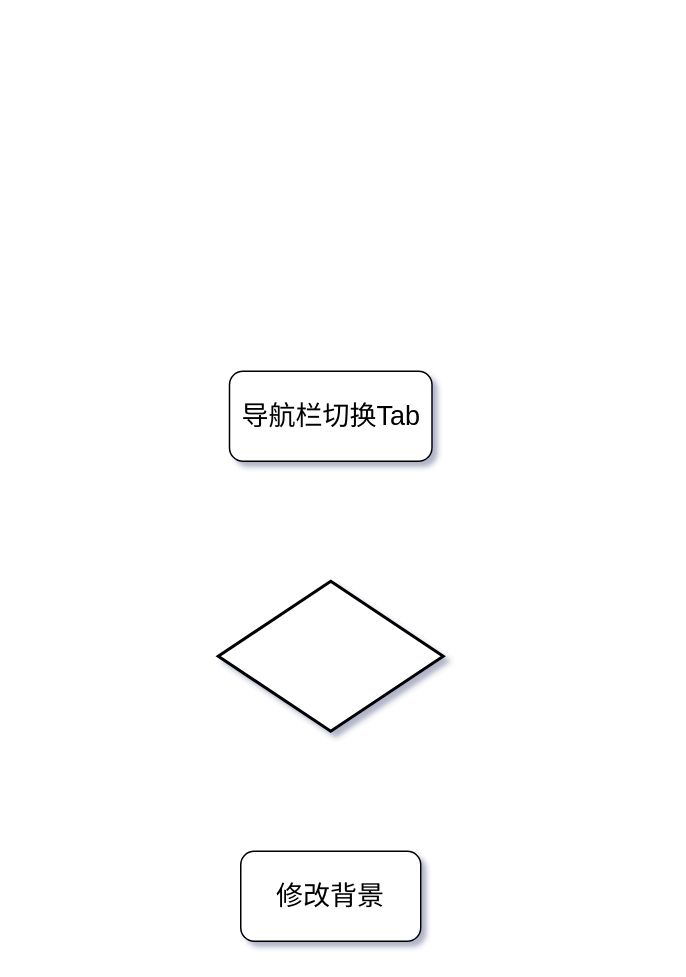
Earlier version of the draw.io diagram files/主页背景逻辑.drawio (Iverson-Zhou/drawio). Source tidied: cells renumbered, new cells numbered last; positions are measured from the earlier drawing's top-left corner, leaving out a move shared by most shapes. Both pictures are drawn from the tidied source at 150%, with x=0, y=0 at pixel (218, 370).
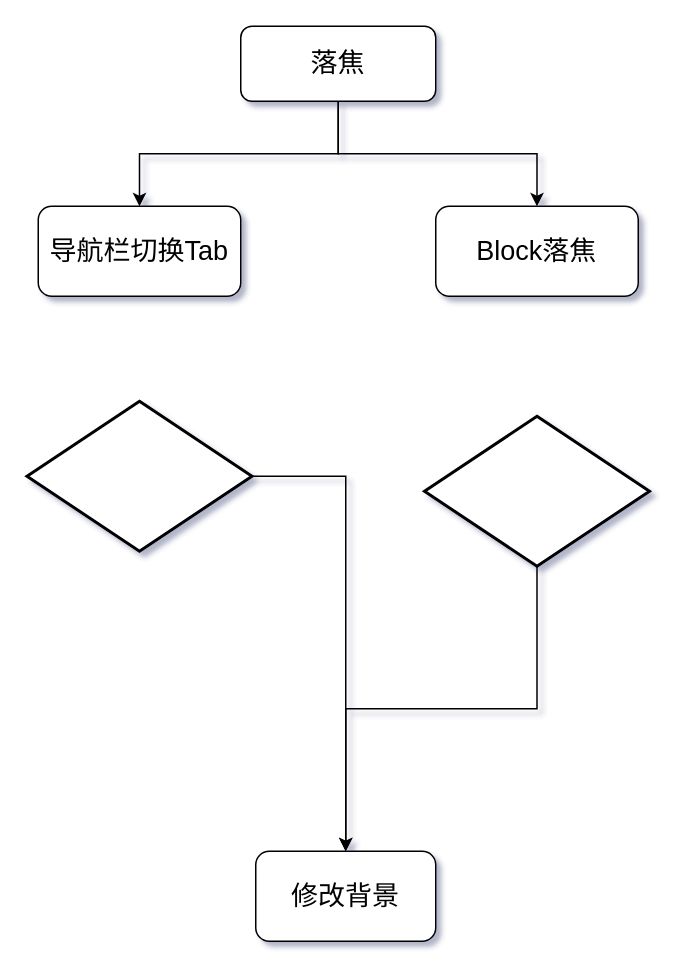
The same page after the edit.

Commit message:
Update 主页背景逻辑.drawio

The edit, as a diff of the source:
```diff
@@
 <mxGraphModel shadow="1">
   <root>
     <mxCell id="0" />
     <mxCell id="1" parent="0" />
+    <mxCell id="5" style="edgeStyle=orthogonalEdgeStyle;rounded=0;jettySize=auto;html=1;entryX=0.5;entryY=0;entryDx=0;entryDy=0;fontSize=18;" parent="1" edge="1" source="2" target="4">
+      <mxGeometry relative="1" as="geometry" />
+    </mxCell>
     <mxCell id="2" style="strokeWidth=2;html=1;shape=mxgraph.flowchart.decision;whiteSpace=wrap;shadow=0;sketch=0;" parent="1" vertex="1">
-      <mxGeometry y="140" width="150" height="100" as="geometry" />
+      <mxGeometry x="-127.5" y="20" width="150" height="100" as="geometry" />
     </mxCell>
     <mxCell id="3" value="&lt;font style=&quot;font-size: 18px&quot;&gt;导航栏切换Tab&lt;/font&gt;" style="rounded=1;whiteSpace=wrap;html=1;" parent="1" vertex="1">
-      <mxGeometry x="7.5" width="135" height="60" as="geometry" />
+      <mxGeometry x="-120" y="-110" width="135" height="60" as="geometry" />
     </mxCell>
     <mxCell id="4" value="&lt;font style=&quot;font-size: 18px&quot;&gt;修改背景&lt;/font&gt;" style="rounded=1;whiteSpace=wrap;html=1;" parent="1" vertex="1">
-      <mxGeometry x="15" y="320" width="120" height="60" as="geometry" />
+      <mxGeometry x="25" y="320" width="120" height="60" as="geometry" />
     </mxCell>
+    <mxCell id="6" value="&lt;font style=&quot;font-size: 18px&quot;&gt;Block落焦&lt;/font&gt;" style="rounded=1;whiteSpace=wrap;html=1;" parent="1" vertex="1">
+      <mxGeometry x="145" y="-110" width="135" height="60" as="geometry" />
+    </mxCell>
+    <mxCell id="7" style="edgeStyle=orthogonalEdgeStyle;rounded=0;jettySize=auto;html=1;entryX=0.5;entryY=0;entryDx=0;entryDy=0;fontSize=18;" parent="1" edge="1" source="9" target="3">
+      <mxGeometry relative="1" as="geometry" />
+    </mxCell>
+    <mxCell id="8" style="edgeStyle=orthogonalEdgeStyle;rounded=0;jettySize=auto;html=1;entryX=0.5;entryY=0;entryDx=0;entryDy=0;fontSize=18;" parent="1" edge="1" source="9" target="6">
+      <mxGeometry relative="1" as="geometry" />
+    </mxCell>
+    <mxCell id="9" value="&lt;font style=&quot;font-size: 18px&quot;&gt;落焦&lt;/font&gt;" style="rounded=1;whiteSpace=wrap;html=1;" parent="1" vertex="1">
+      <mxGeometry x="15" y="-230" width="130" height="50" as="geometry" />
+    </mxCell>
+    <mxCell id="10" style="edgeStyle=orthogonalEdgeStyle;rounded=0;jettySize=auto;html=1;fontSize=18;" parent="1" edge="1" source="11" target="4">
+      <mxGeometry relative="1" as="geometry" />
+    </mxCell>
+    <mxCell id="11" style="strokeWidth=2;html=1;shape=mxgraph.flowchart.decision;whiteSpace=wrap;shadow=0;sketch=0;" parent="1" vertex="1">
+      <mxGeometry x="137.5" y="30" width="150" height="100" as="geometry" />
+    </mxCell>
   </root>
 </mxGraphModel>
```
